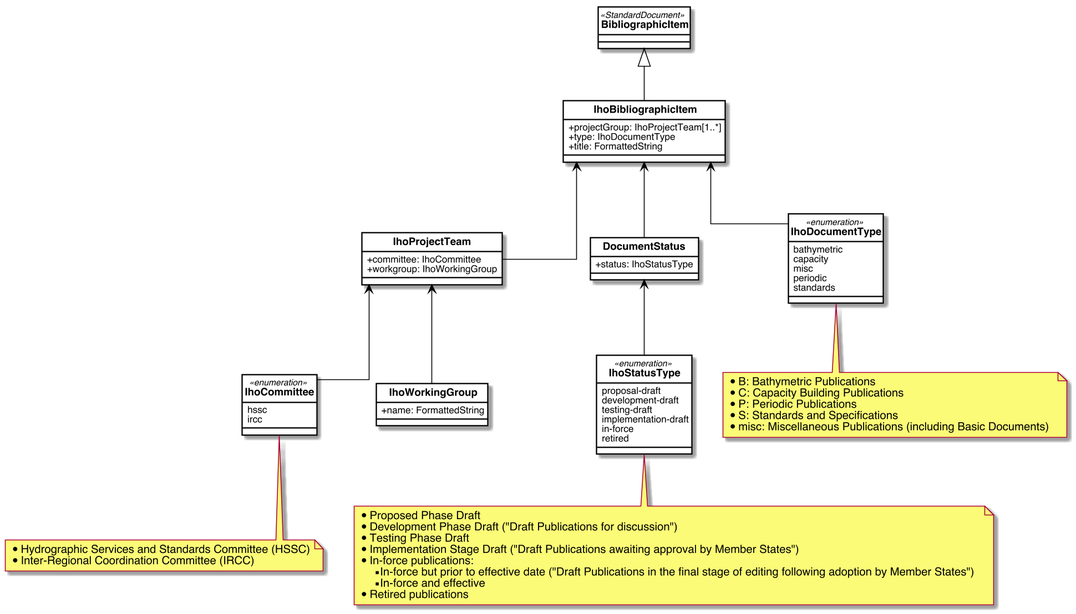
metanorma/standoc-models keeps this PlantUML diagram as iho/images/IhoBibliographicItem.png. Above is the earlier version.
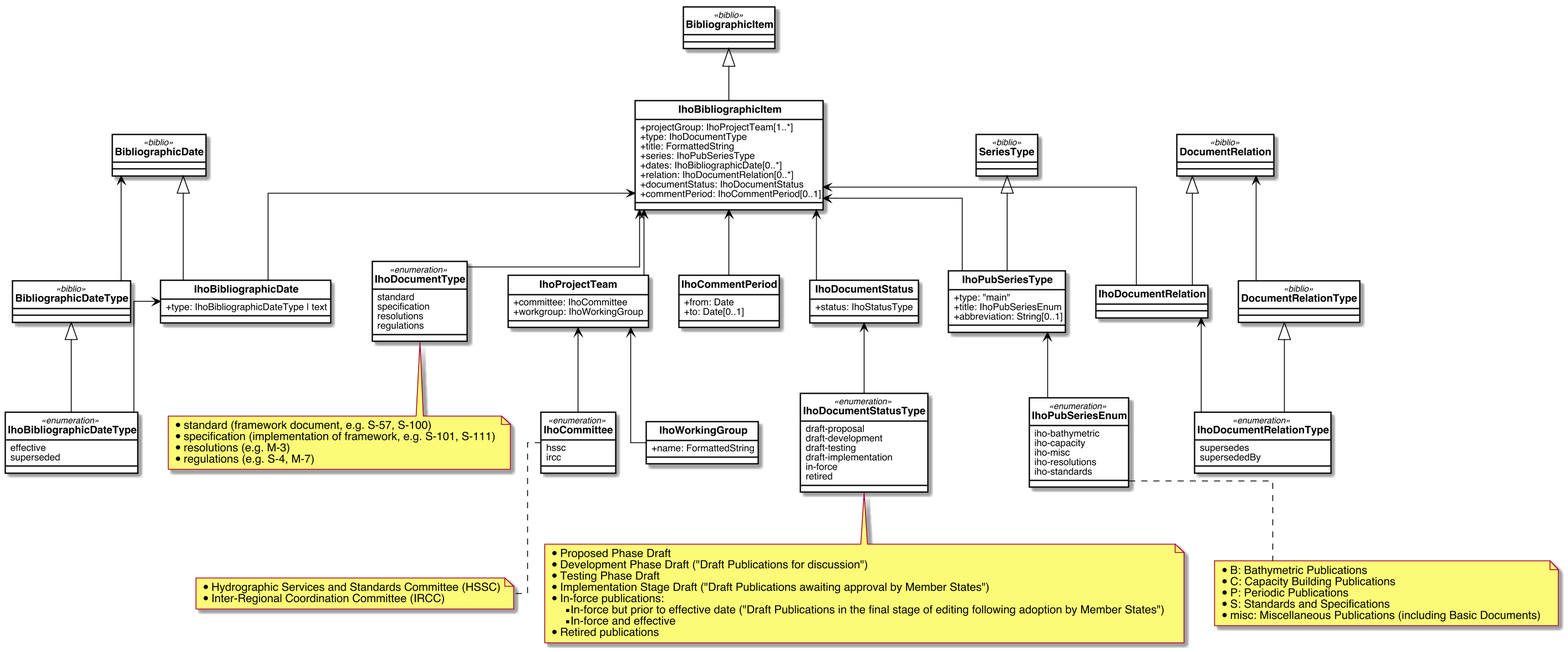
After the change.

The edit, as a diff of the source:
```diff
@@ -41,55 +41,110 @@
 
 
 
-class BibliographicItem <<StandardDocument>>{
+class BibliographicItem <<biblio>>{
 
 }
 
 class IhoBibliographicItem {
-    +projectGroup: IhoProjectTeam[1..*]
-    +type: IhoDocumentType
-    +title: FormattedString
+  +projectGroup: IhoProjectTeam[1..*]
+  +type: IhoDocumentType
+  +title: FormattedString
+  +series: IhoPubSeriesType
+  +dates: IhoBibliographicDate[0..*]
+  +relation: IhoDocumentRelation[0..*]
+  +documentStatus: IhoDocumentStatus
+  +commentPeriod: IhoCommentPeriod[0..1]
 }
 
 class IhoProjectTeam{
-    +committee: IhoCommittee
-    +workgroup: IhoWorkingGroup
+  +committee: IhoCommittee
+  +workgroup: IhoWorkingGroup
+}
+
+class BibliographicDate <<biblio>> {
+}
+
+class IhoBibliographicDate {
+  +type: IhoBibliographicDateType | text
+}
+
+enum BibliographicDateType <<biblio>> {
+}
+
+enum IhoBibliographicDateType <<enumeration>> {
+  effective
+  superseded
+}
+
+class IhoCommentPeriod {
+  +from: Date
+  +to: Date[0..1]
 }
 
 enum IhoCommittee <<enumeration>>{
-    hssc
-    ircc
+  hssc
+  ircc
 }
 
 class IhoWorkingGroup{
-    +name: FormattedString
+  +name: FormattedString
 }
 
-class DocumentStatus{
-    +status: IhoStatusType
+class IhoDocumentStatus{
+  +status: IhoStatusType
 }
 
-enum IhoStatusType <<enumeration>>{
-    proposal-draft
-    development-draft
-    testing-draft
-    implementation-draft
-    in-force
-    retired
+enum IhoDocumentStatusType <<enumeration>>{
+  draft-proposal
+  draft-development
+  draft-testing
+  draft-implementation
+  in-force
+  retired
 }
 
 enum IhoDocumentType <<enumeration>>{
-    bathymetric
-    capacity
-    misc
-    periodic
-    standards
+  standard
+  specification
+  resolutions
+  regulations
+}
+
+class SeriesType <<biblio>> {
+}
+
+class IhoPubSeriesType {
+  +type: "main"
+  +title: IhoPubSeriesEnum
+  +abbreviation: String[0..1]
+}
+
+enum IhoPubSeriesEnum <<enumeration>> {
+  iho-bathymetric
+  iho-capacity
+  iho-misc
+  iho-resolutions
+  iho-standards
+}
+
+enum IhoDocumentRelationType <<enumeration>> {
+  supersedes
+  supersededBy
+}
+
+class DocumentRelation <<biblio>> {
+}
+
+class DocumentRelationType <<biblio>> {
 }
 
 
-note bottom of IhoDocumentType: * B: Bathymetric Publications\n* C: Capacity Building Publications\n* P: Periodic Publications\n* S: Standards and Specifications\n* misc: Miscellaneous Publications (including Basic Documents)
 
-note bottom of IhoStatusType: * Proposed Phase Draft\n* Development Phase Draft ("Draft Publications for discussion")\n* Testing Phase Draft\n* Implementation Stage Draft ("Draft Publications awaiting approval by Member States")\n* In-force publications:\n** In-force but prior to effective date ("Draft Publications in the final stage of editing following adoption by Member States")\n** In-force and effective\n* Retired publications
+note bottom of IhoPubSeriesEnum: * B: Bathymetric Publications\n* C: Capacity Building Publications\n* P: Periodic Publications\n* S: Standards and Specifications\n* misc: Miscellaneous Publications (including Basic Documents)
+
+note bottom of IhoDocumentType: * standard (framework document, e.g. S-57, S-100)\n* specification (implementation of framework, e.g. S-101, S-111)\n* resolutions (e.g. M-3)\n* regulations (e.g. S-4, M-7)
+
+note bottom of IhoDocumentStatusType: * Proposed Phase Draft\n* Development Phase Draft ("Draft Publications for discussion")\n* Testing Phase Draft\n* Implementation Stage Draft ("Draft Publications awaiting approval by Member States")\n* In-force publications:\n** In-force but prior to effective date ("Draft Publications in the final stage of editing following adoption by Member States")\n** In-force and effective\n* Retired publications
 
 note bottom of IhoCommittee: * Hydrographic Services and Standards Committee (HSSC)\n* Inter-Regional Coordination Committee (IRCC)
 
@@ -97,11 +152,29 @@
 
 IhoBibliographicItem <-- IhoProjectTeam
 IhoBibliographicItem <-- IhoDocumentType
-IhoBibliographicItem <-- DocumentStatus
+IhoBibliographicItem <-- IhoDocumentStatus
+IhoBibliographicItem <-- IhoPubSeriesType
 
 IhoProjectTeam <-- IhoCommittee
 IhoProjectTeam <-- IhoWorkingGroup
 
-DocumentStatus <-- IhoStatusType
+IhoBibliographicItem <-- IhoCommentPeriod
+IhoBibliographicItem <-- IhoDocumentRelation
+IhoBibliographicItem <-- IhoBibliographicDate
+
+BibliographicDate <|-- IhoBibliographicDate
+BibliographicDateType <|-- IhoBibliographicDateType
+BibliographicDate <-- BibliographicDateType
+IhoBibliographicDate <-- IhoBibliographicDateType
+
+IhoDocumentStatus <-- IhoDocumentStatusType
+
+SeriesType <|-- IhoPubSeriesType
+IhoPubSeriesType <-- IhoPubSeriesEnum
+
+DocumentRelation <|-- IhoDocumentRelation
+DocumentRelationType <|-- IhoDocumentRelationType
+DocumentRelation <-- DocumentRelationType
+IhoDocumentRelation <-- IhoDocumentRelationType
 
 @enduml
```
